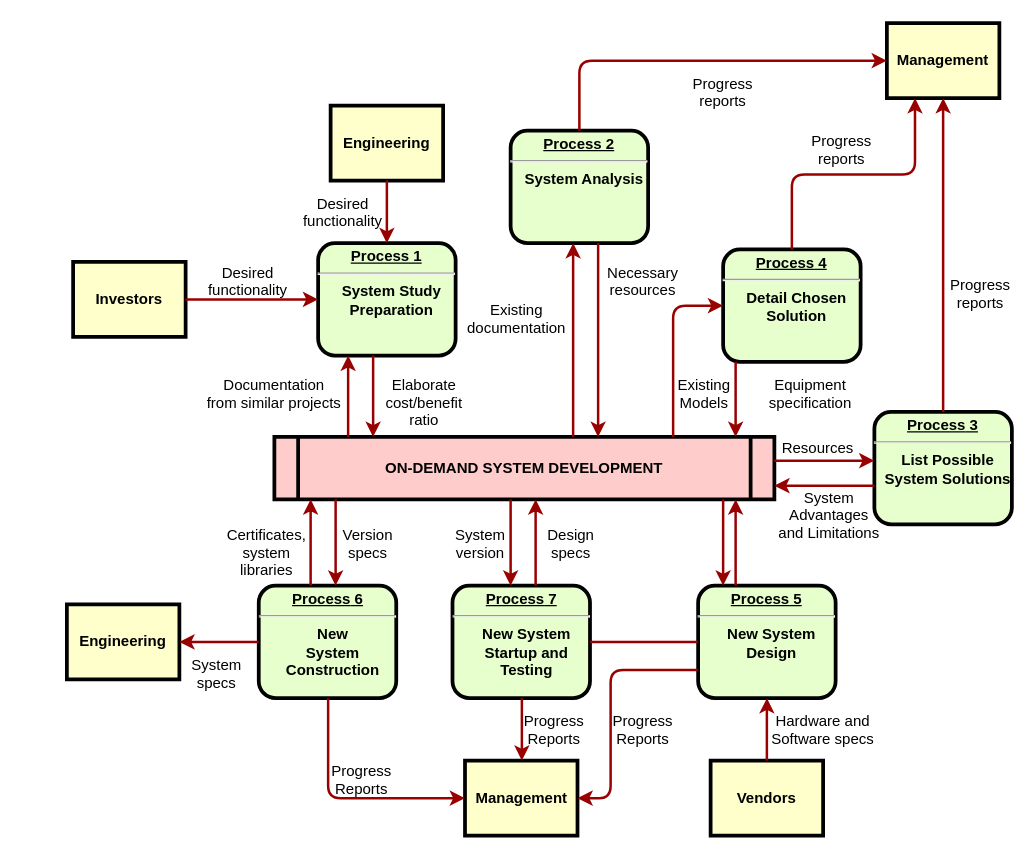
The draw.io diagram 未命名绘图.drawio in hardy1213/test_tool, before the edit. Source tidied: cells renumbered, new cells numbered last; positions are measured from the earlier drawing's top-left corner, leaving out a move shared by most shapes. Both pictures are drawn from the tidied source at 125%, with x=0, y=0 at pixel (66, 22).
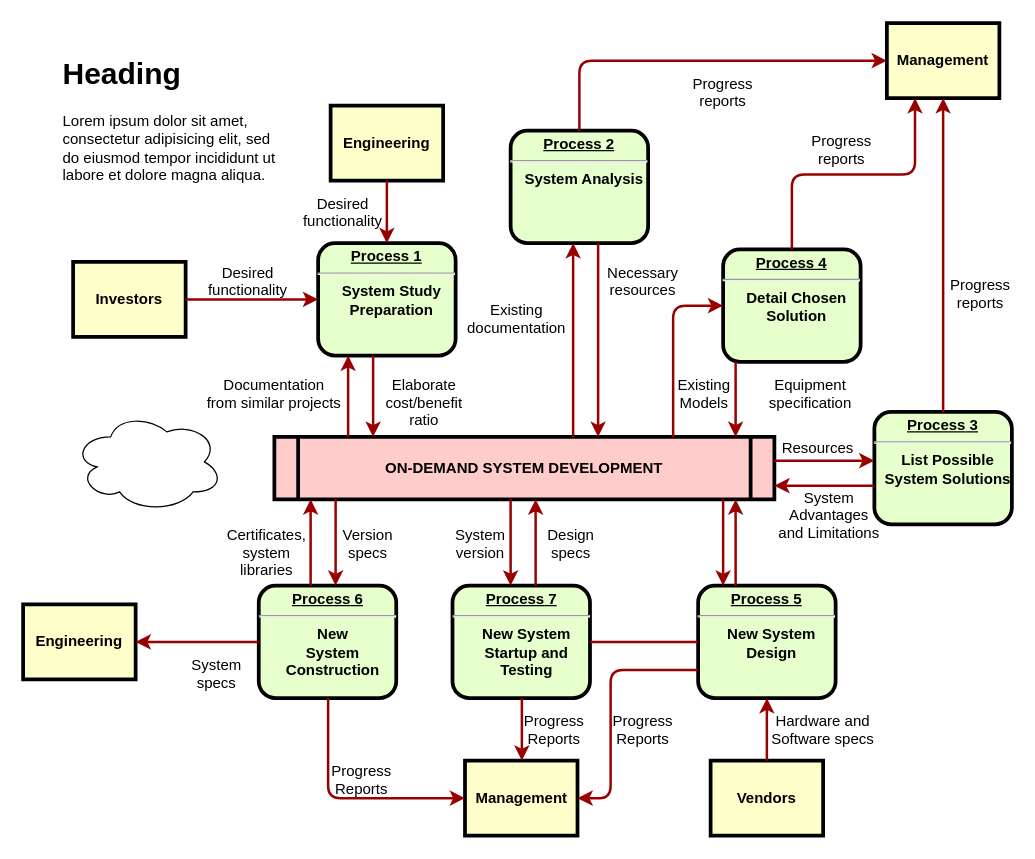
The same page after the edit.

Commit message (it also covers changes not shown here):
更新未命名绘图.drawio

Diff of the diagram source:
```diff
@@
     <mxCell id="13" value="Engineering" style="whiteSpace=wrap;align=center;verticalAlign=middle;fontStyle=1;strokeWidth=3;fillColor=#FFFFCC;" parent="1" vertex="1">
-      <mxGeometry y="465" width="90" height="60" as="geometry" />
+      <mxGeometry x="-35" y="465" width="90" height="60" as="geometry" />
     </mxCell>
@@
+    <mxCell id="63" style="ellipse;shape=cloud;whiteSpace=wrap;html=1;" parent="1" vertex="1">
+      <mxGeometry x="5" y="311" width="120" height="80" as="geometry" />
+    </mxCell>
+    <mxCell id="64" value="&lt;h1 style=&quot;margin-top: 0px;&quot;&gt;Heading&lt;/h1&gt;&lt;p&gt;Lorem ipsum dolor sit amet, consectetur adipisicing elit, sed do eiusmod tempor incididunt ut labore et dolore magna aliqua.&lt;/p&gt;" style="text;html=1;whiteSpace=wrap;overflow=hidden;rounded=0;" parent="1" vertex="1">
+      <mxGeometry x="-5" y="20" width="180" height="120" as="geometry" />
+    </mxCell>
```
